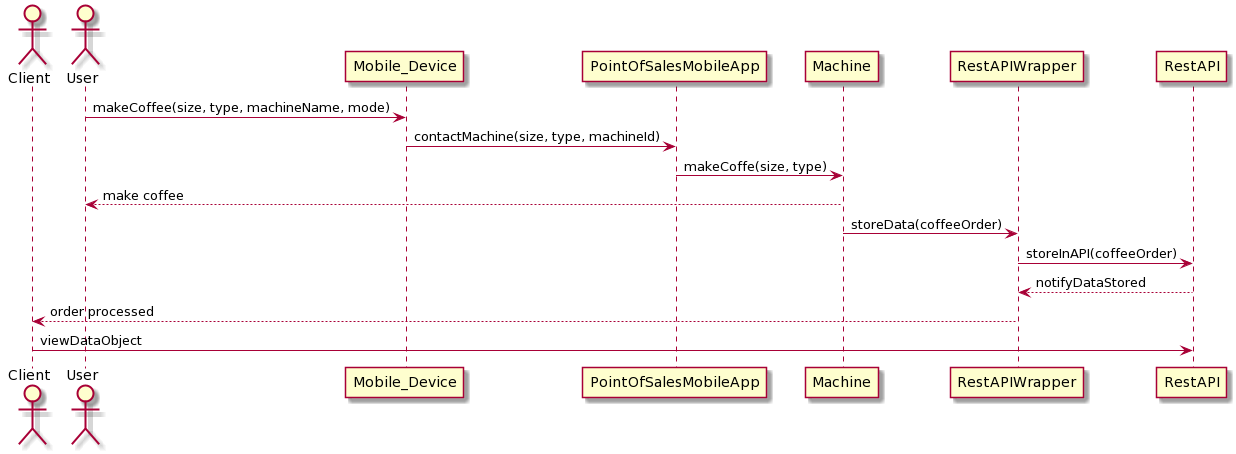
dgruninger97/Project keeps this PlantUML diagram as docs/images/RestSequenceDiagram.png. Above is the earlier version.
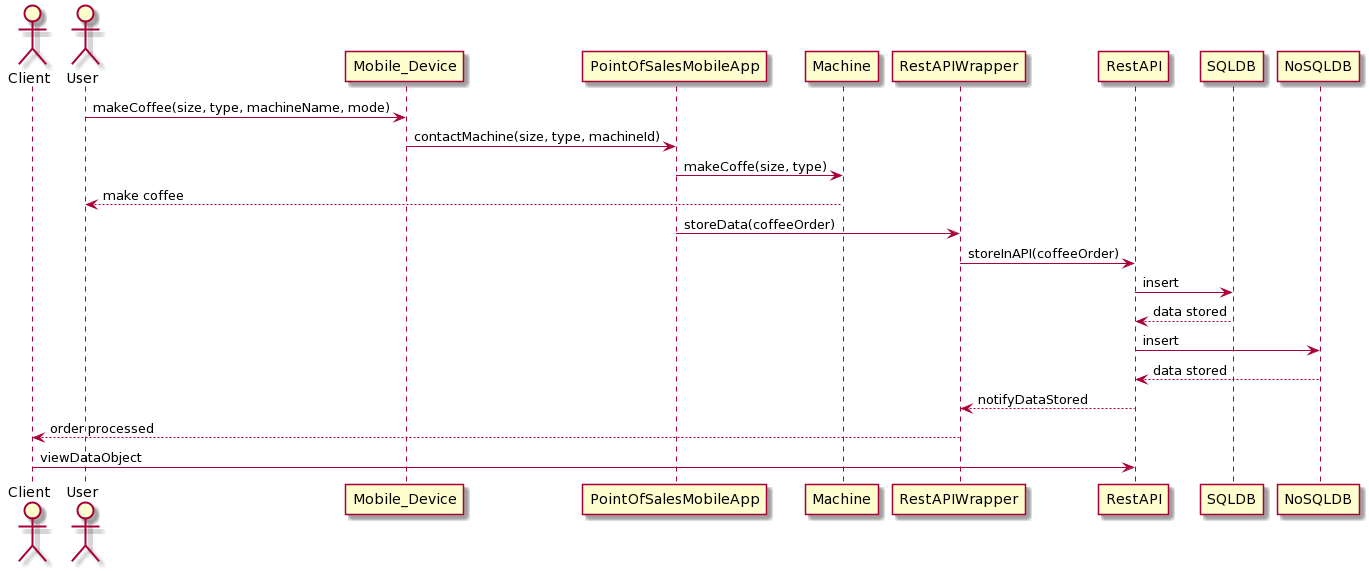
The same diagram one commit later.

Commit message:
Question section

Change to the diagram source:
```diff
@@ -5,8 +5,12 @@
 Mobile_Device-> PointOfSalesMobileApp: contactMachine(size, type, machineId)
 PointOfSalesMobileApp -> Machine: makeCoffe(size, type)
 Machine --> User: make coffee
-Machine -> RestAPIWrapper: storeData(coffeeOrder)
+PointOfSalesMobileApp -> RestAPIWrapper: storeData(coffeeOrder)
 RestAPIWrapper->RestAPI: storeInAPI(coffeeOrder)
+RestAPI -> SQLDB:insert
+SQLDB -->RestAPI:data stored
+RestAPI -> NoSQLDB:insert
+NoSQLDB -->RestAPI:data stored
 RestAPI --> RestAPIWrapper: notifyDataStored
 RestAPIWrapper --> Client: order processed
 Client -> RestAPI: viewDataObject
```
